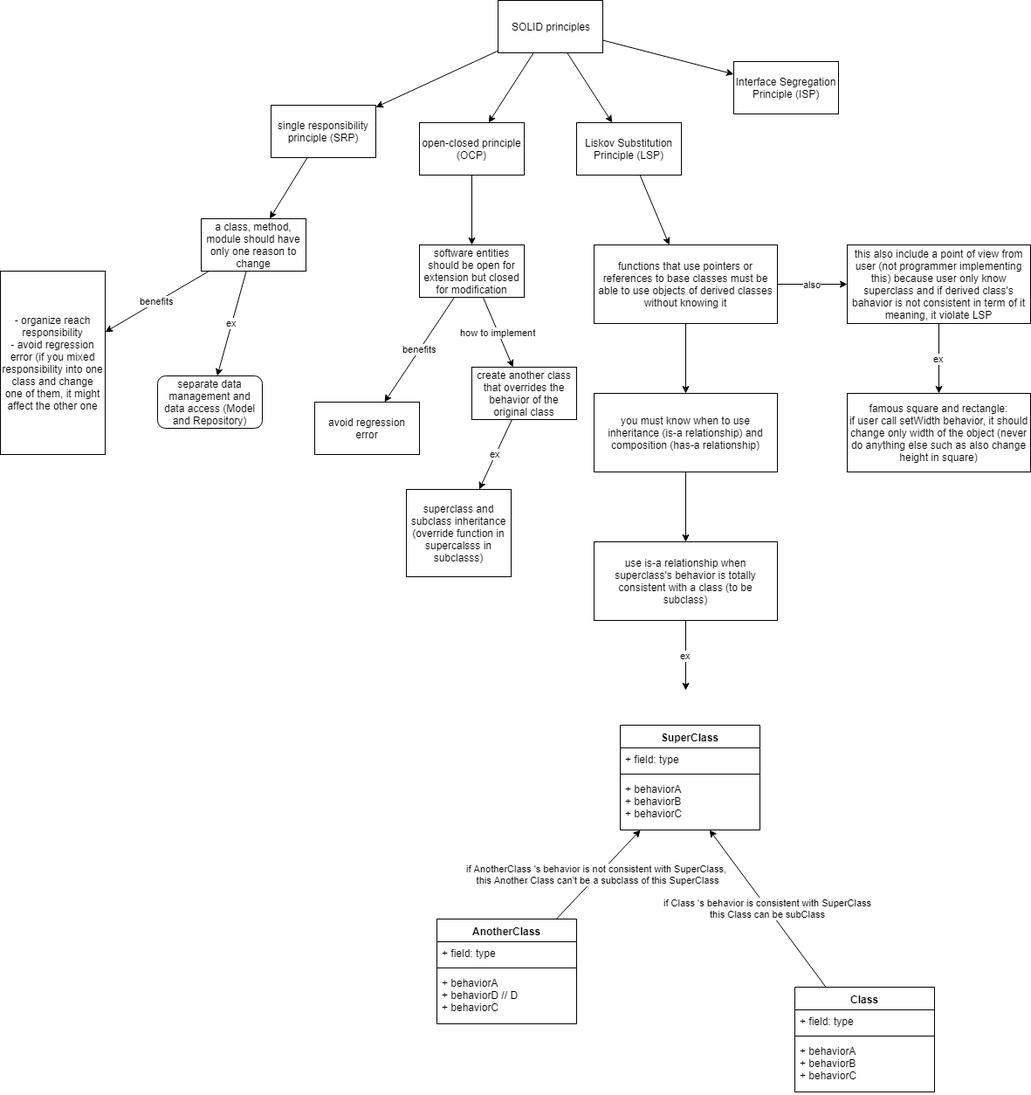
Above: SOLID_principles.png in stsiwo/object_oriented_concept (draw.io), before the change. Source tidied: cells renumbered, new cells last; positions are measured from the earlier drawing's top-left corner, leaving out a move shared by most shapes.
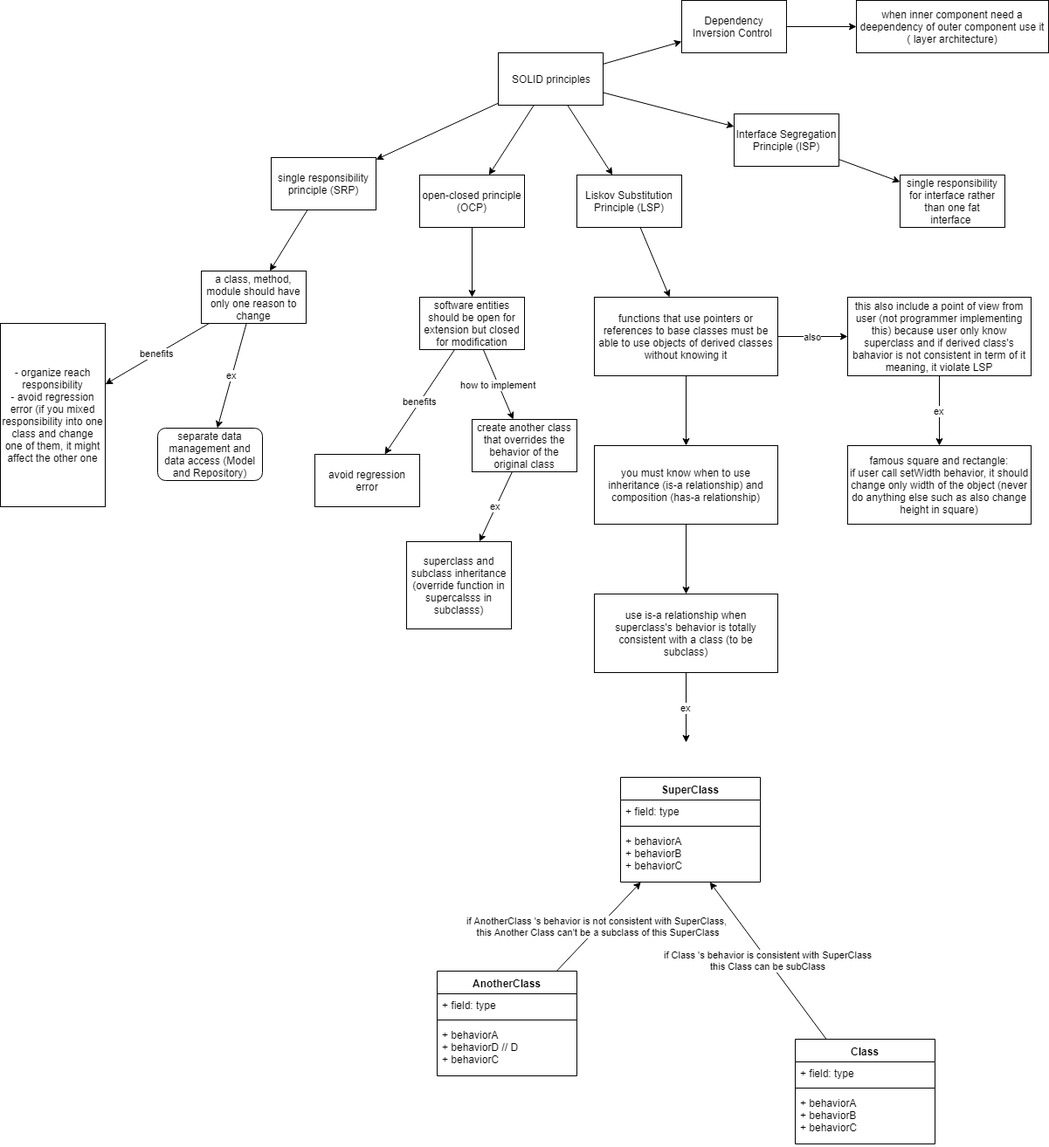
After the change.

Diff of the diagram source:
```diff
@@ -14,12 +14,30 @@
     <mxCell id="5" style="edgeStyle=none;rounded=0;html=1;jettySize=auto;" parent="1" edge="1" source="6" target="7">
       <mxGeometry relative="1" as="geometry" />
     </mxCell>
+    <mxCell id="51" style="edgeStyle=none;rounded=0;html=1;jettySize=auto;" parent="1" edge="1" source="6" target="53">
+      <mxGeometry relative="1" as="geometry" />
+    </mxCell>
     <mxCell id="6" value="SOLID principles" style="rounded=0;whiteSpace=wrap;html=1;" parent="1" vertex="1">
       <mxGeometry x="570" width="120" height="60" as="geometry" />
     </mxCell>
+    <mxCell id="52" style="edgeStyle=none;rounded=0;html=1;jettySize=auto;" parent="1" edge="1" source="53" target="54">
+      <mxGeometry relative="1" as="geometry" />
+    </mxCell>
+    <mxCell id="53" value="Dependency Inversion Control&amp;nbsp;" style="rounded=0;whiteSpace=wrap;html=1;" parent="1" vertex="1">
+      <mxGeometry x="780" y="-60" width="120" height="60" as="geometry" />
+    </mxCell>
+    <mxCell id="54" value="when inner component need a deependency of outer component use it ( layer architecture)" style="rounded=0;whiteSpace=wrap;html=1;" parent="1" vertex="1">
+      <mxGeometry x="980" y="-60" width="220" height="60" as="geometry" />
+    </mxCell>
+    <mxCell id="55" style="edgeStyle=none;rounded=0;html=1;jettySize=auto;" parent="1" edge="1" source="7" target="56">
+      <mxGeometry relative="1" as="geometry" />
+    </mxCell>
     <mxCell id="7" value="Interface Segregation Principle (ISP)" style="rounded=0;whiteSpace=wrap;html=1;" parent="1" vertex="1">
       <mxGeometry x="840" y="70" width="120" height="60" as="geometry" />
     </mxCell>
+    <mxCell id="56" value="single responsibility for interface rather than one fat interface&amp;nbsp;" style="rounded=0;whiteSpace=wrap;html=1;" parent="1" vertex="1">
+      <mxGeometry x="1030" y="140" width="120" height="60" as="geometry" />
+    </mxCell>
     <mxCell id="8" style="edgeStyle=none;rounded=0;html=1;jettySize=auto;" parent="1" edge="1" source="9" target="12">
       <mxGeometry relative="1" as="geometry" />
     </mxCell>
```
